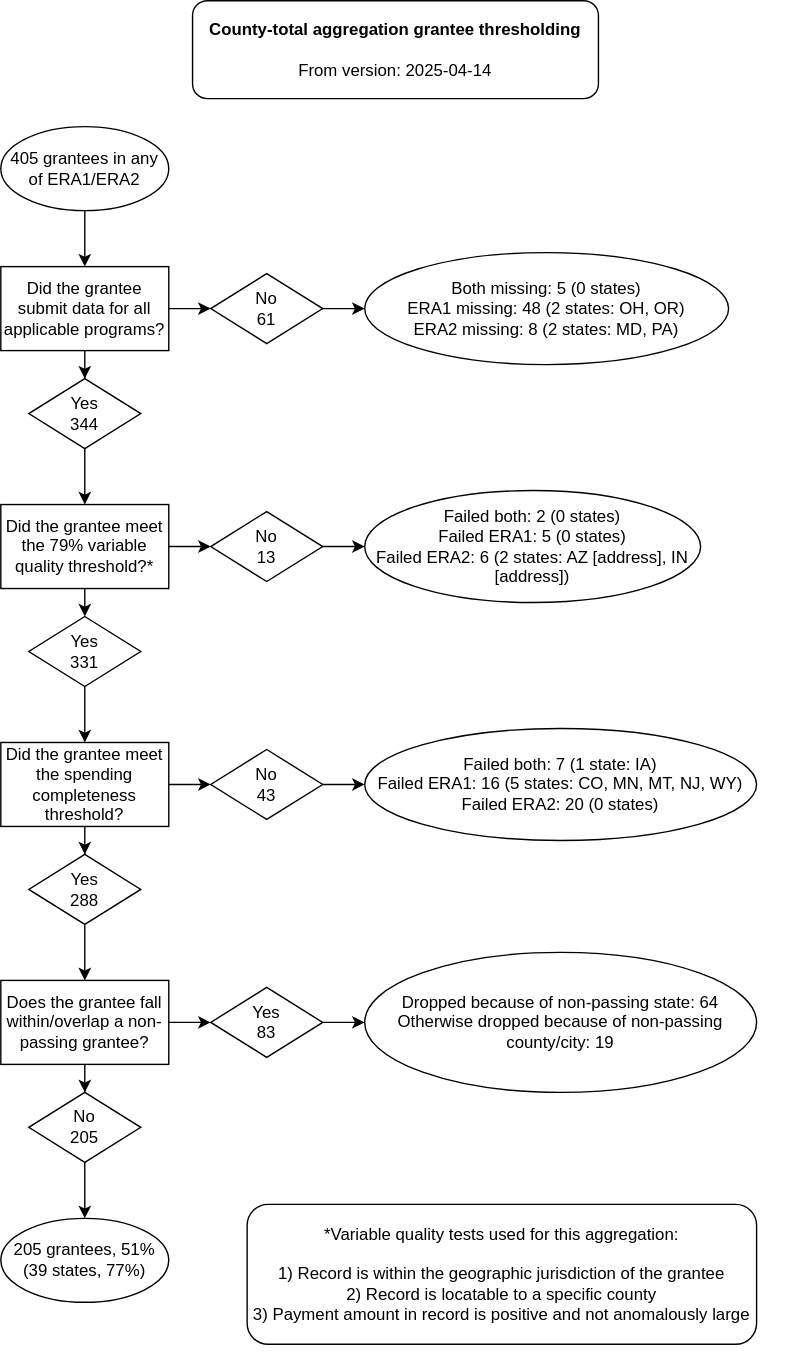
Above: _site/images/era_grantees_county_total_thresholding_flowchart_2025-04-14.svg in housinginitiative/era-county-level-dataset-public (draw.io), before the change. Source tidied: cells renumbered, new cells last; positions are measured from the earlier drawing's top-left corner, leaving out a move shared by most shapes. Its diagram source:
```xml
<mxGraphModel>
  <root>
    <mxCell id="0" />
    <mxCell id="1" parent="0" />
    <mxCell id="2" style="edgeStyle=orthogonalEdgeStyle;rounded=0;jettySize=auto;html=1;" parent="1" edge="1" source="4" target="7">
      <mxGeometry relative="1" as="geometry" />
    </mxCell>
    <mxCell id="3" style="edgeStyle=orthogonalEdgeStyle;rounded=0;jettySize=auto;html=1;" parent="1" edge="1" source="4" target="9">
      <mxGeometry relative="1" as="geometry" />
    </mxCell>
    <mxCell id="4" value="Did the grantee submit data for all applicable programs?" style="rounded=0;whiteSpace=wrap;html=1;" parent="1" vertex="1">
      <mxGeometry y="190" width="120" height="60" as="geometry" />
    </mxCell>
    <mxCell id="5" style="edgeStyle=orthogonalEdgeStyle;rounded=0;jettySize=auto;html=1;" parent="1" edge="1" source="6" target="4">
      <mxGeometry relative="1" as="geometry" />
    </mxCell>
    <mxCell id="6" value="405 grantees in any of ERA1/ERA2" style="ellipse;whiteSpace=wrap;html=1;" parent="1" vertex="1">
      <mxGeometry y="90" width="120" height="60" as="geometry" />
    </mxCell>
    <mxCell id="7" value="&lt;div&gt;Yes&lt;/div&gt;&lt;div&gt;344&lt;/div&gt;" style="rhombus;whiteSpace=wrap;html=1;" parent="1" vertex="1">
      <mxGeometry x="20" y="270" width="80" height="50" as="geometry" />
    </mxCell>
    <mxCell id="8" style="edgeStyle=orthogonalEdgeStyle;rounded=0;jettySize=auto;html=1;" parent="1" edge="1" source="9" target="10">
      <mxGeometry relative="1" as="geometry" />
    </mxCell>
    <mxCell id="9" value="&lt;div&gt;No&lt;/div&gt;&lt;div&gt;61&lt;/div&gt;" style="rhombus;whiteSpace=wrap;html=1;" parent="1" vertex="1">
      <mxGeometry x="150" y="195" width="80" height="50" as="geometry" />
    </mxCell>
    <mxCell id="10" value="Both missing: 5 (0 states)&lt;div&gt;ERA1 missing: 48 (2 states: OH, OR)&lt;br&gt;&lt;/div&gt;&lt;div&gt;ERA2 missing: 8 (2 states: MD, PA)&lt;br&gt;&lt;/div&gt;" style="ellipse;whiteSpace=wrap;html=1;" parent="1" vertex="1">
      <mxGeometry x="260" y="180" width="260" height="80" as="geometry" />
    </mxCell>
    <mxCell id="11" style="edgeStyle=orthogonalEdgeStyle;rounded=0;jettySize=auto;html=1;exitX=0.5;exitY=1;exitDx=0;exitDy=0;entryX=0.5;entryY=0;entryDx=0;entryDy=0;" parent="1" edge="1" source="13" target="15">
      <mxGeometry relative="1" as="geometry" />
    </mxCell>
    <mxCell id="12" style="edgeStyle=orthogonalEdgeStyle;rounded=0;jettySize=auto;html=1;exitX=1;exitY=0.5;exitDx=0;exitDy=0;entryX=0;entryY=0.5;entryDx=0;entryDy=0;" parent="1" edge="1" source="13" target="17">
      <mxGeometry relative="1" as="geometry" />
    </mxCell>
    <mxCell id="13" value="Did the grantee meet the 79% variable quality threshold?*" style="rounded=0;whiteSpace=wrap;html=1;" parent="1" vertex="1">
      <mxGeometry y="360" width="120" height="60" as="geometry" />
    </mxCell>
    <mxCell id="14" style="edgeStyle=orthogonalEdgeStyle;rounded=0;jettySize=auto;html=1;exitX=0.5;exitY=1;exitDx=0;exitDy=0;entryX=0.5;entryY=0;entryDx=0;entryDy=0;" parent="1" edge="1" source="15" target="34">
      <mxGeometry relative="1" as="geometry" />
    </mxCell>
    <mxCell id="15" value="&lt;div&gt;Yes&lt;/div&gt;&lt;div&gt;331&lt;/div&gt;" style="rhombus;whiteSpace=wrap;html=1;" parent="1" vertex="1">
      <mxGeometry x="20" y="440" width="80" height="50" as="geometry" />
    </mxCell>
    <mxCell id="16" style="edgeStyle=orthogonalEdgeStyle;rounded=0;jettySize=auto;html=1;" parent="1" edge="1" source="17" target="18">
      <mxGeometry relative="1" as="geometry" />
    </mxCell>
    <mxCell id="17" value="&lt;div&gt;No&lt;/div&gt;&lt;div&gt;13&lt;/div&gt;" style="rhombus;whiteSpace=wrap;html=1;" parent="1" vertex="1">
      <mxGeometry x="150" y="365" width="80" height="50" as="geometry" />
    </mxCell>
    <mxCell id="18" value="&lt;div&gt;Failed both: 2 (0 states)&lt;/div&gt;&lt;div&gt;Failed ERA1: 5 (0 states)&lt;/div&gt;&lt;div&gt;Failed ERA2: 6 (2 states: AZ [address], IN [address])&lt;br&gt;&lt;/div&gt;" style="ellipse;whiteSpace=wrap;html=1;" parent="1" vertex="1">
      <mxGeometry x="260" y="350" width="240" height="80" as="geometry" />
    </mxCell>
    <mxCell id="19" style="endArrow=classic;html=1;rounded=0;exitX=0.5;exitY=1;exitDx=0;exitDy=0;entryX=0.5;entryY=0;entryDx=0;entryDy=0;" parent="1" edge="1" source="7" target="13">
      <mxGeometry relative="1" as="geometry" />
    </mxCell>
    <mxCell id="20" style="group;" parent="1" vertex="1">
      <mxGeometry y="500" width="564" height="470" as="geometry" />
    </mxCell>
    <mxCell id="21" style="edgeStyle=orthogonalEdgeStyle;rounded=0;jettySize=auto;html=1;" parent="20" edge="1" source="34" target="23">
      <mxGeometry relative="1" as="geometry" />
    </mxCell>
    <mxCell id="22" style="edgeStyle=orthogonalEdgeStyle;rounded=0;jettySize=auto;html=1;" parent="20" edge="1" source="34" target="35">
      <mxGeometry relative="1" as="geometry" />
    </mxCell>
    <mxCell id="23" value="&lt;div&gt;Yes&lt;/div&gt;&lt;div&gt;288&lt;/div&gt;" style="rhombus;whiteSpace=wrap;html=1;" parent="20" vertex="1">
      <mxGeometry x="20" y="110" width="80" height="50" as="geometry" />
    </mxCell>
    <mxCell id="24" style="edgeStyle=orthogonalEdgeStyle;rounded=0;jettySize=auto;html=1;" parent="20" edge="1" source="35" target="36">
      <mxGeometry relative="1" as="geometry" />
    </mxCell>
    <mxCell id="25" style="edgeStyle=orthogonalEdgeStyle;rounded=0;jettySize=auto;html=1;" parent="20" edge="1" source="27" target="28">
      <mxGeometry relative="1" as="geometry" />
    </mxCell>
    <mxCell id="26" style="edgeStyle=orthogonalEdgeStyle;rounded=0;jettySize=auto;html=1;" parent="20" edge="1" source="27" target="30">
      <mxGeometry relative="1" as="geometry" />
    </mxCell>
    <mxCell id="27" value="Does the grantee fall within/overlap a non-passing grantee?" style="rounded=0;whiteSpace=wrap;html=1;" parent="20" vertex="1">
      <mxGeometry y="200" width="120" height="60" as="geometry" />
    </mxCell>
    <mxCell id="28" value="&lt;div&gt;No&lt;/div&gt;&lt;div&gt;205&lt;/div&gt;" style="rhombus;whiteSpace=wrap;html=1;" parent="20" vertex="1">
      <mxGeometry x="20" y="280" width="80" height="50" as="geometry" />
    </mxCell>
    <mxCell id="29" style="edgeStyle=orthogonalEdgeStyle;rounded=0;jettySize=auto;html=1;" parent="20" edge="1" source="30" target="37">
      <mxGeometry relative="1" as="geometry" />
    </mxCell>
    <mxCell id="30" value="&lt;div&gt;Yes&lt;/div&gt;&lt;div&gt;83&lt;/div&gt;" style="rhombus;whiteSpace=wrap;html=1;" parent="20" vertex="1">
      <mxGeometry x="150" y="205" width="80" height="50" as="geometry" />
    </mxCell>
    <mxCell id="31" style="edgeStyle=orthogonalEdgeStyle;rounded=0;jettySize=auto;html=1;exitX=0.5;exitY=1;exitDx=0;exitDy=0;entryX=0.5;entryY=0;entryDx=0;entryDy=0;" parent="20" edge="1" source="23" target="27">
      <mxGeometry relative="1" as="geometry" />
    </mxCell>
    <mxCell id="32" value="&lt;div&gt;205 grantees, 51%&lt;/div&gt;&lt;div&gt;(39 states, 77%)&lt;/div&gt;" style="ellipse;whiteSpace=wrap;html=1;" parent="20" vertex="1">
      <mxGeometry y="370" width="120" height="60" as="geometry" />
    </mxCell>
    <mxCell id="33" style="edgeStyle=orthogonalEdgeStyle;rounded=0;jettySize=auto;html=1;" parent="20" edge="1" source="28" target="32">
      <mxGeometry relative="1" as="geometry" />
    </mxCell>
    <mxCell id="34" value="Did the grantee meet the spending completeness threshold?" style="rounded=0;whiteSpace=wrap;html=1;" parent="20" vertex="1">
      <mxGeometry y="30" width="120" height="60" as="geometry" />
    </mxCell>
    <mxCell id="35" value="&lt;div&gt;No&lt;/div&gt;&lt;div&gt;43&lt;/div&gt;" style="rhombus;whiteSpace=wrap;html=1;" parent="20" vertex="1">
      <mxGeometry x="150" y="35" width="80" height="50" as="geometry" />
    </mxCell>
    <mxCell id="36" value="&lt;div&gt;Failed both: 7 (1 state: IA)&lt;/div&gt;&lt;div&gt;Failed ERA1: 16 (5 states: CO, MN, MT, NJ, WY)&lt;br&gt;&lt;/div&gt;&lt;div&gt;Failed ERA2: 20 (0 states)&lt;/div&gt;" style="ellipse;whiteSpace=wrap;html=1;" parent="20" vertex="1">
      <mxGeometry x="260" y="20" width="280" height="80" as="geometry" />
    </mxCell>
    <mxCell id="37" value="&lt;div&gt;Dropped because of non-passing state: 64&lt;/div&gt;&lt;div&gt;Otherwise dropped because of non-passing county/city: 19&lt;/div&gt;" style="ellipse;whiteSpace=wrap;html=1;" parent="20" vertex="1">
      <mxGeometry x="260" y="180" width="280" height="100" as="geometry" />
    </mxCell>
    <mxCell id="38" value="*Variable quality tests used for this aggregation: &lt;br&gt;&lt;br&gt;&lt;div&gt;1) Record is within the geographic jurisdiction of the grantee&lt;/div&gt;&lt;div&gt;2) Record is locatable to a specific county&lt;/div&gt;&lt;div&gt;3) Payment amount in record is positive and not anomalously large&lt;/div&gt;" style="rounded=1;whiteSpace=wrap;html=1;" parent="20" vertex="1">
      <mxGeometry x="176" y="360" width="364" height="100" as="geometry" />
    </mxCell>
    <mxCell id="39" value="&lt;div&gt;&lt;b&gt;County-total aggregation grantee thresholding&lt;/b&gt;&lt;/div&gt;&lt;div&gt;&lt;b&gt;&lt;br&gt;&lt;/b&gt;&lt;/div&gt;&lt;div&gt;From version: 2025-04-14&lt;/div&gt;" style="rounded=1;whiteSpace=wrap;html=1;" parent="1" vertex="1">
      <mxGeometry x="137" width="290" height="70" as="geometry" />
    </mxCell>
  </root>
</mxGraphModel>
```
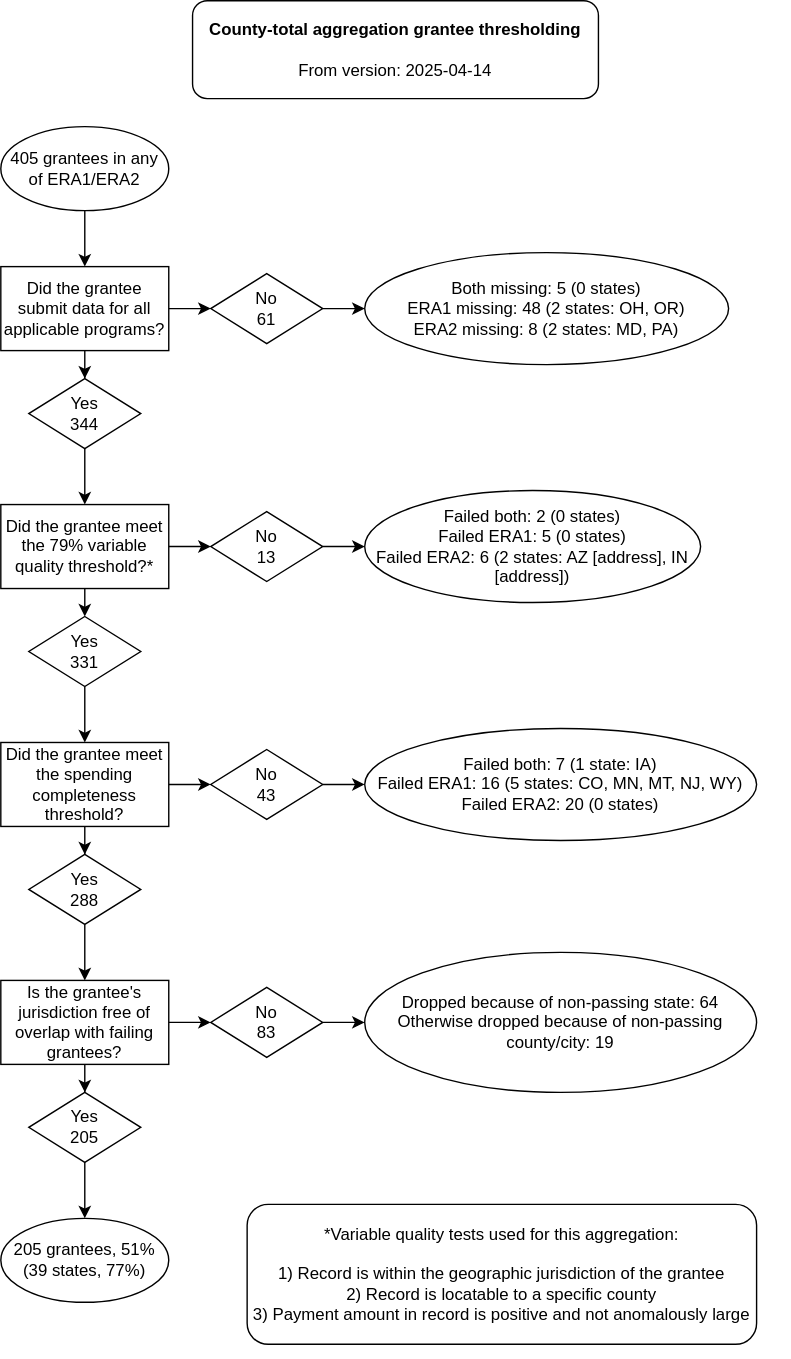
After the commit.

The edit, as a diff of the source:
```diff
@@ -77,16 +77,16 @@
     <mxCell id="26" style="edgeStyle=orthogonalEdgeStyle;rounded=0;jettySize=auto;html=1;" parent="20" edge="1" source="27" target="30">
       <mxGeometry relative="1" as="geometry" />
     </mxCell>
-    <mxCell id="27" value="Does the grantee fall within/overlap a non-passing grantee?" style="rounded=0;whiteSpace=wrap;html=1;" parent="20" vertex="1">
+    <mxCell id="27" value="Is the grantee's jurisdiction free of overlap with failing grantees?" style="rounded=0;whiteSpace=wrap;html=1;" parent="20" vertex="1">
       <mxGeometry y="200" width="120" height="60" as="geometry" />
     </mxCell>
-    <mxCell id="28" value="&lt;div&gt;No&lt;/div&gt;&lt;div&gt;205&lt;/div&gt;" style="rhombus;whiteSpace=wrap;html=1;" parent="20" vertex="1">
+    <mxCell id="28" value="&lt;div&gt;Yes&lt;/div&gt;&lt;div&gt;205&lt;/div&gt;" style="rhombus;whiteSpace=wrap;html=1;" parent="20" vertex="1">
       <mxGeometry x="20" y="280" width="80" height="50" as="geometry" />
     </mxCell>
     <mxCell id="29" style="edgeStyle=orthogonalEdgeStyle;rounded=0;jettySize=auto;html=1;" parent="20" edge="1" source="30" target="37">
       <mxGeometry relative="1" as="geometry" />
     </mxCell>
-    <mxCell id="30" value="&lt;div&gt;Yes&lt;/div&gt;&lt;div&gt;83&lt;/div&gt;" style="rhombus;whiteSpace=wrap;html=1;" parent="20" vertex="1">
+    <mxCell id="30" value="&lt;div&gt;No&lt;/div&gt;&lt;div&gt;83&lt;/div&gt;" style="rhombus;whiteSpace=wrap;html=1;" parent="20" vertex="1">
       <mxGeometry x="150" y="205" width="80" height="50" as="geometry" />
     </mxCell>
     <mxCell id="31" style="edgeStyle=orthogonalEdgeStyle;rounded=0;jettySize=auto;html=1;exitX=0.5;exitY=1;exitDx=0;exitDy=0;entryX=0.5;entryY=0;entryDx=0;entryDy=0;" parent="20" edge="1" source="23" target="27">
```
